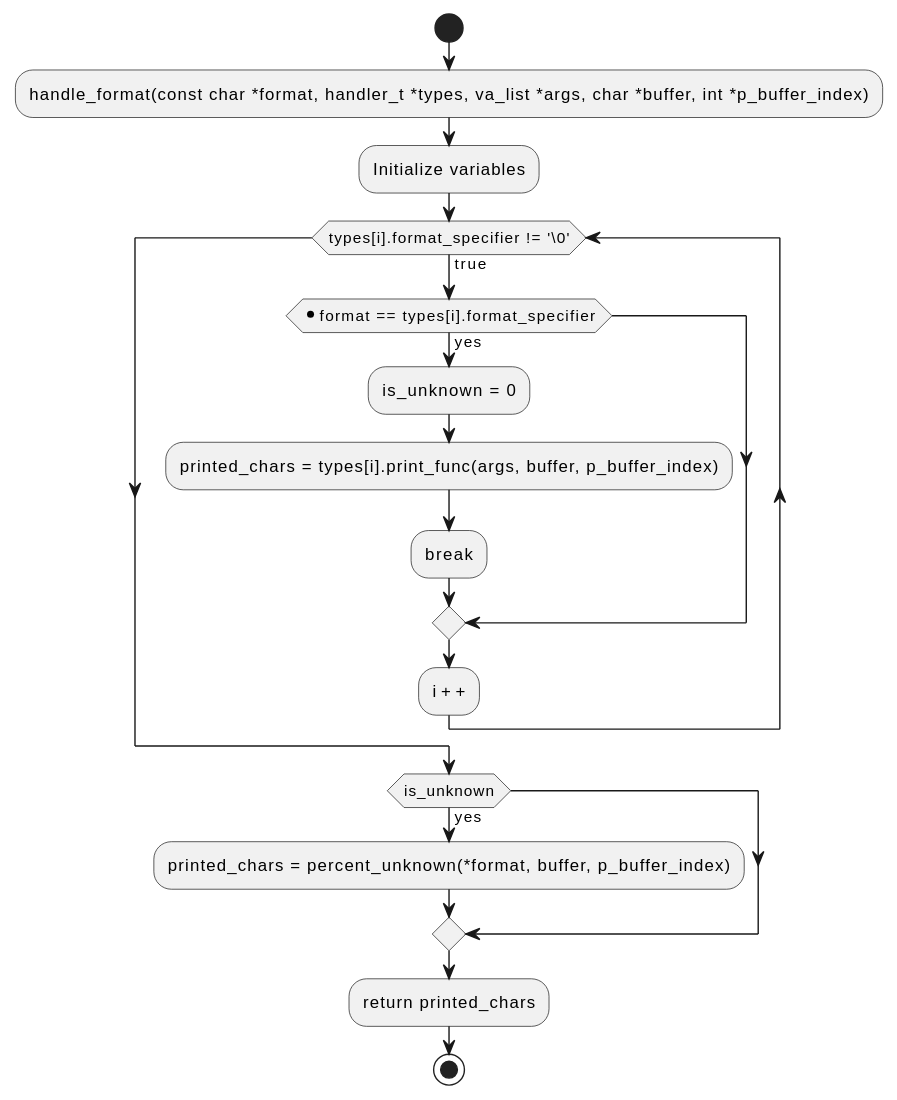
Earlier version of the PlantUML export flow-charts/handle_format.svg (andreamarquez/holbertonschool-printf).
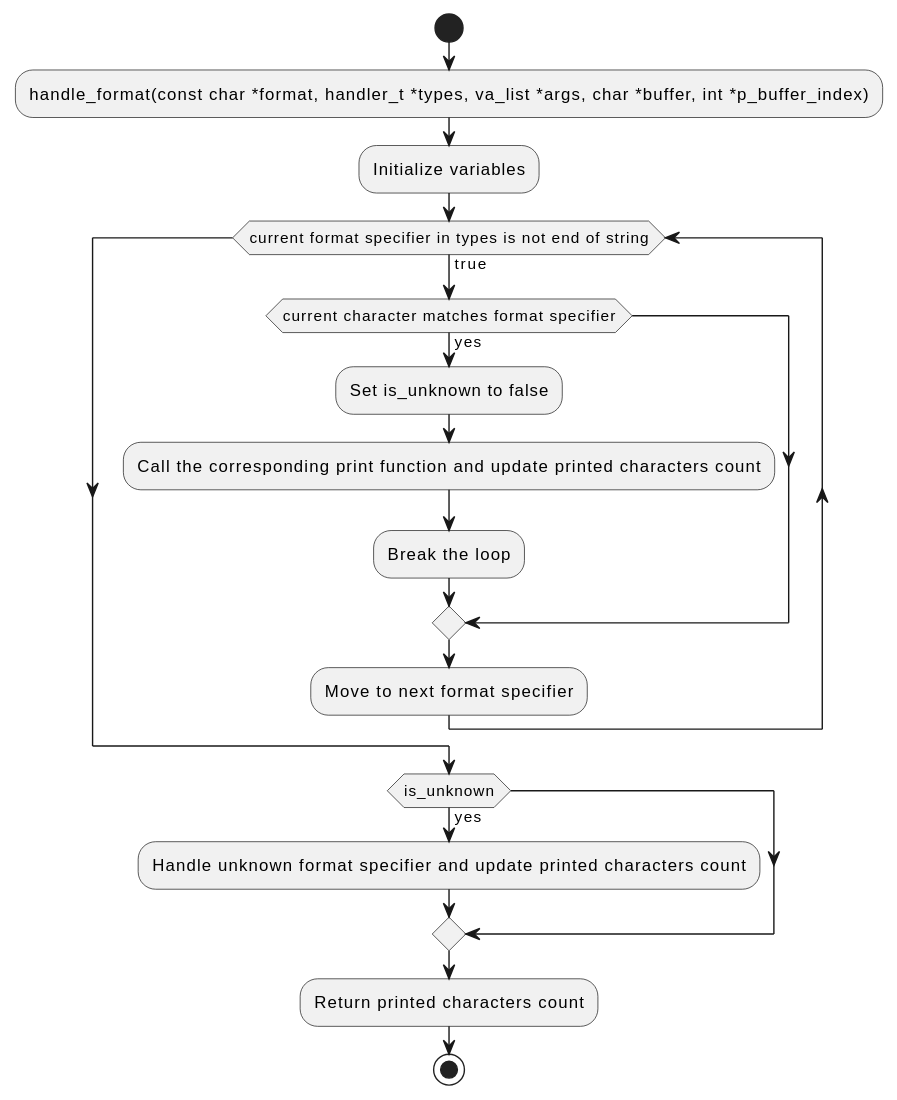
After the commit.

Diff of the diagram source:
```diff
@@ -3,17 +3,17 @@
 
 :handle_format(const char *format, handler_t *types, va_list *args, char *buffer, int *p_buffer_index);
 :Initialize variables;
-while (types[i].format_specifier != '\0') is (true)
-    if (*format == types[i].format_specifier) then (yes)
-        :is_unknown = 0;
-        :printed_chars = types[i].print_func(args, buffer, p_buffer_index);
-        :break;
+while (current format specifier in types is not end of string) is (true)
+    if (current character matches format specifier) then (yes)
+        :Set is_unknown to false;
+        :Call the corresponding print function and update printed characters count;
+        :Break the loop;
     endif
-    :i++;
+    :Move to next format specifier;
 endwhile
 if (is_unknown) then (yes)
-    :printed_chars = percent_unknown(*format, buffer, p_buffer_index);
+    :Handle unknown format specifier and update printed characters count;
 endif
-:return printed_chars;
+:Return printed characters count;
 stop
 @enduml
```
